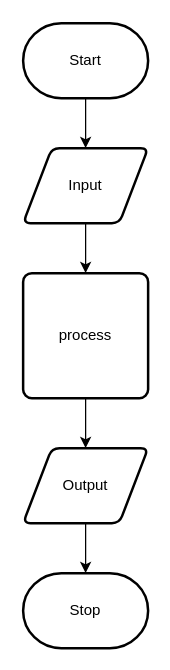
The draw.io diagram design/flow-chart.drawio in Ali-Mugamai/ICS20-03-04-JS, before the edit. Source tidied: cells renumbered, new cells numbered last; positions are measured from the earlier drawing's top-left corner, leaving out a move shared by most shapes. Both pictures are drawn from the tidied source at 125%, with x=0, y=0 at pixel (22, 22).
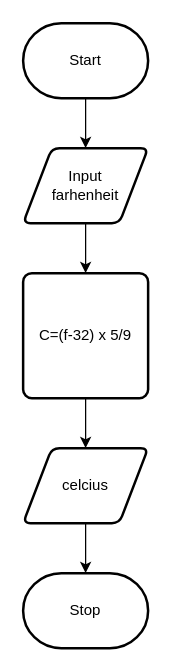
Above is the later version.

What changed in the source:
```diff
@@
 <mxGraphModel>
   <root>
     <mxCell id="0" />
     <mxCell id="1" parent="0" />
     <mxCell id="2" style="edgeStyle=none;html=1;" parent="1" edge="1" source="3" target="5">
       <mxGeometry relative="1" as="geometry" />
     </mxCell>
     <mxCell id="3" value="Start" style="strokeWidth=2;html=1;shape=mxgraph.flowchart.terminator;whiteSpace=wrap;" parent="1" vertex="1">
       <mxGeometry width="100" height="60" as="geometry" />
     </mxCell>
     <mxCell id="4" style="edgeStyle=none;html=1;" parent="1" edge="1" source="5" target="7">
       <mxGeometry relative="1" as="geometry" />
     </mxCell>
-    <mxCell id="5" value="Input" style="shape=parallelogram;html=1;strokeWidth=2;perimeter=parallelogramPerimeter;whiteSpace=wrap;rounded=1;arcSize=12;size=0.23;" parent="1" vertex="1">
+    <mxCell id="5" value="Input &lt;br&gt;farhenheit" style="shape=parallelogram;html=1;strokeWidth=2;perimeter=parallelogramPerimeter;whiteSpace=wrap;rounded=1;arcSize=12;size=0.23;" parent="1" vertex="1">
       <mxGeometry y="100" width="100" height="60" as="geometry" />
     </mxCell>
     <mxCell id="6" style="edgeStyle=none;html=1;" parent="1" edge="1" source="7" target="9">
       <mxGeometry relative="1" as="geometry" />
     </mxCell>
-    <mxCell id="7" value="process" style="rounded=1;whiteSpace=wrap;html=1;absoluteArcSize=1;arcSize=14;strokeWidth=2;" parent="1" vertex="1">
+    <mxCell id="7" value="C=(f-32) x 5/9" style="rounded=1;whiteSpace=wrap;html=1;absoluteArcSize=1;arcSize=14;strokeWidth=2;" parent="1" vertex="1">
       <mxGeometry y="200" width="100" height="100" as="geometry" />
     </mxCell>
     <mxCell id="8" style="edgeStyle=none;html=1;" parent="1" edge="1" source="9" target="10">
       <mxGeometry relative="1" as="geometry" />
     </mxCell>
-    <mxCell id="9" value="Output" style="shape=parallelogram;html=1;strokeWidth=2;perimeter=parallelogramPerimeter;whiteSpace=wrap;rounded=1;arcSize=12;size=0.23;" parent="1" vertex="1">
+    <mxCell id="9" value="celcius" style="shape=parallelogram;html=1;strokeWidth=2;perimeter=parallelogramPerimeter;whiteSpace=wrap;rounded=1;arcSize=12;size=0.23;" parent="1" vertex="1">
       <mxGeometry y="340" width="100" height="60" as="geometry" />
     </mxCell>
     <mxCell id="10" value="Stop" style="strokeWidth=2;html=1;shape=mxgraph.flowchart.terminator;whiteSpace=wrap;" parent="1" vertex="1">
       <mxGeometry y="440" width="100" height="60" as="geometry" />
     </mxCell>
   </root>
 </mxGraphModel>
```
